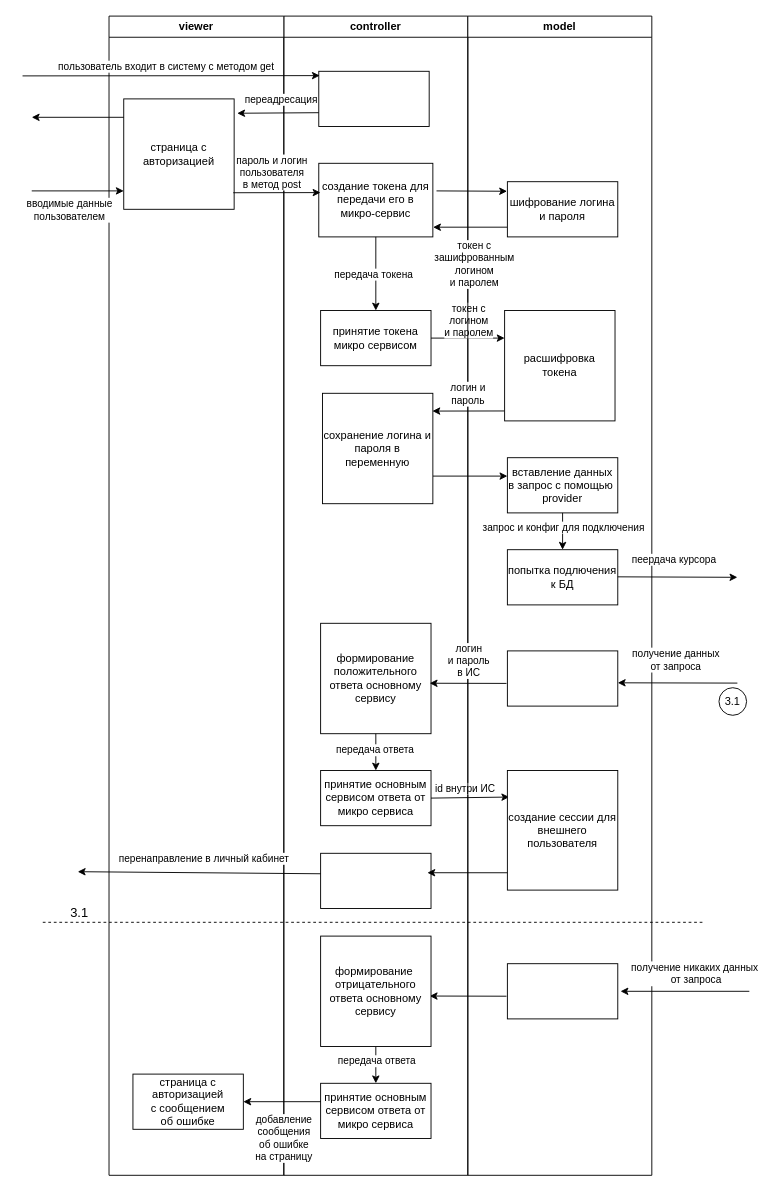
Above: мьс/авторизация_внеш_польз.drawio in Kirpichikk/final_project (draw.io), before the change. Source tidied: cells renumbered, new cells numbered last; positions are measured from the earlier drawing's top-left corner, leaving out a move shared by most shapes. Both pictures are drawn from the tidied source at 92%, with x=0, y=0 at pixel (22, 16).
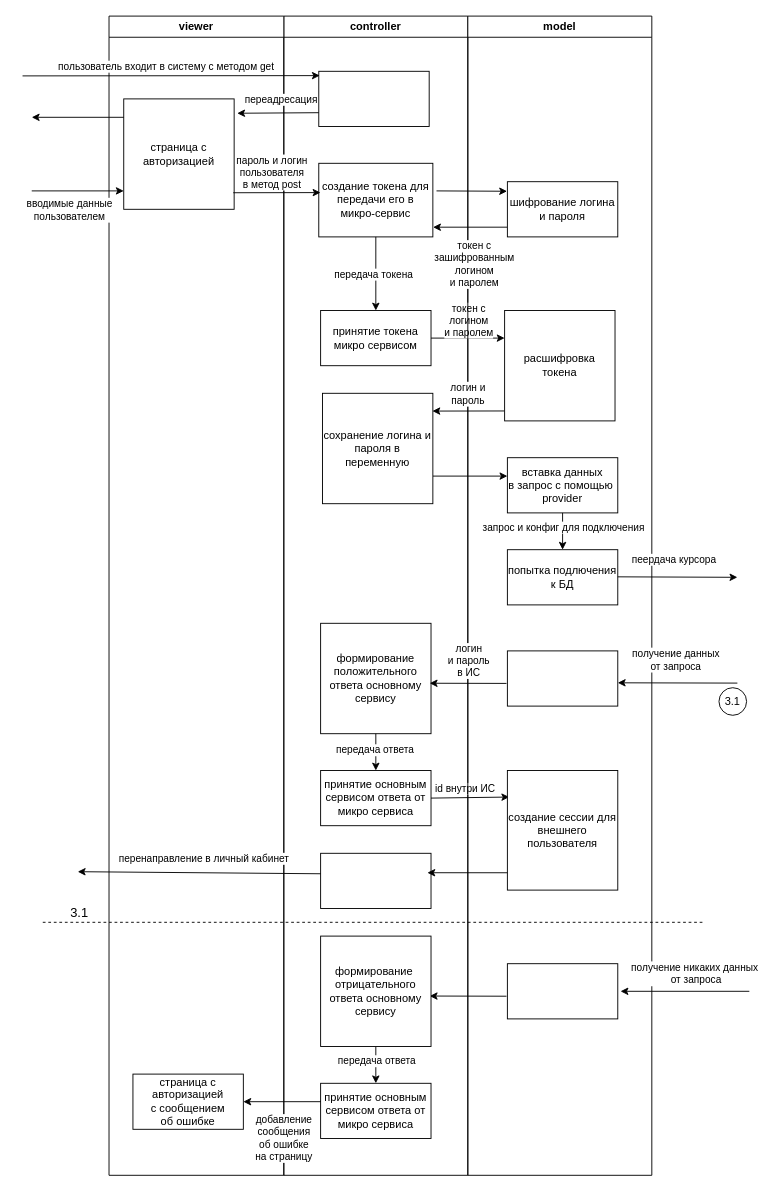
After the change.

The change refers to these unchanged cells:
```xml
<mxCell id="32" value="model" style="swimlane;whiteSpace=wrap;html=1;" parent="1" vertex="1">
  <mxGeometry x="484" width="200" height="1260" as="geometry" />
</mxCell>
```

The edit, as a diff of the source:
```diff
@@
-    <mxCell id="33" value="вставление данных&lt;br&gt;в запрос с помощью&amp;nbsp;&lt;br&gt;provider" style="rounded=0;whiteSpace=wrap;html=1;" parent="32" vertex="1">
+    <mxCell id="33" value="вставка данных&lt;br&gt;в запрос с помощью&amp;nbsp;&lt;br&gt;provider" style="rounded=0;whiteSpace=wrap;html=1;" parent="32" vertex="1">
       <mxGeometry x="43" y="480" width="120" height="60" as="geometry" />
     </mxCell>
```
